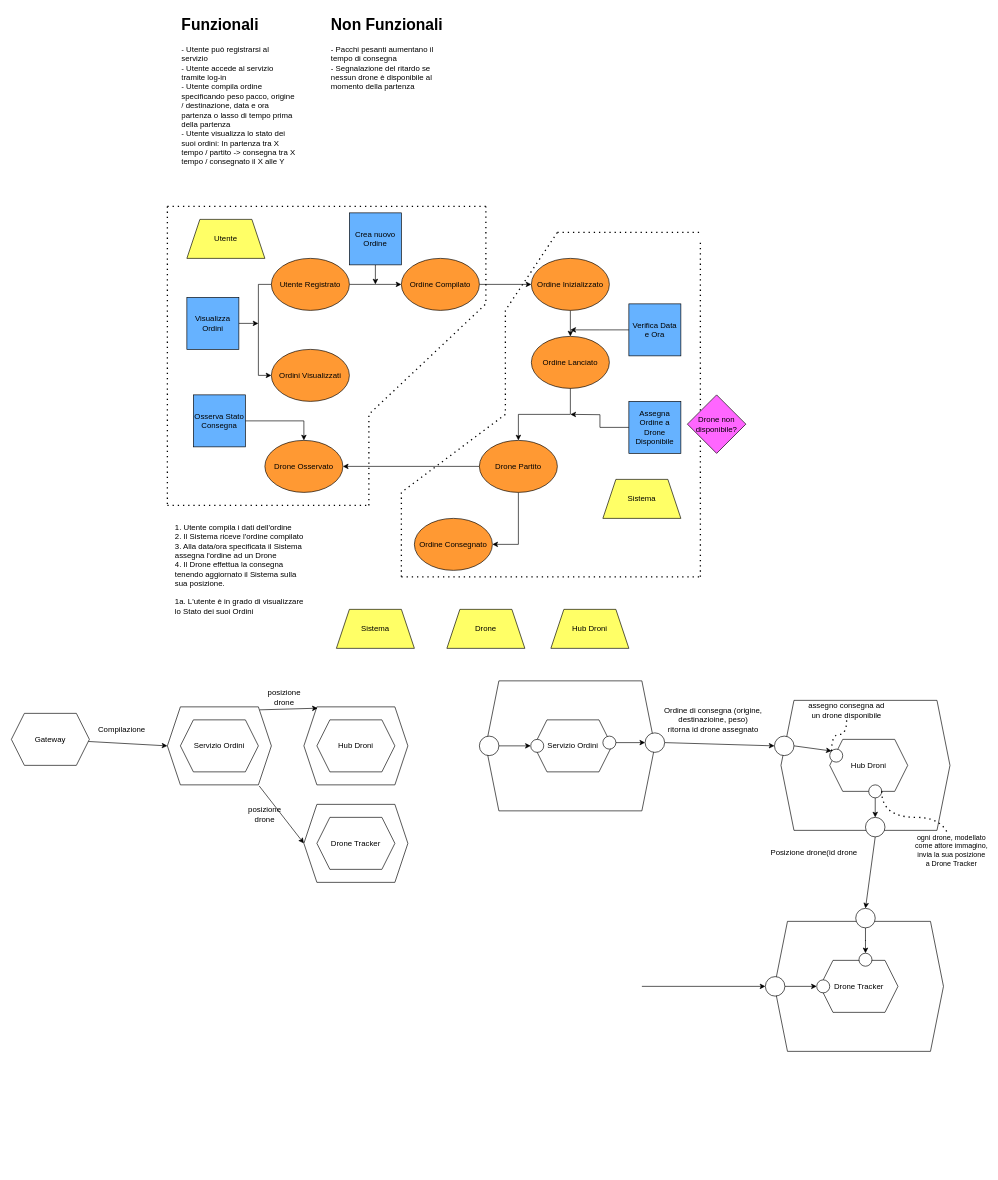
The draw.io diagram doc/event_storming_system.drawio in AlessandroStefani/sap_assignment01, before the edit. Source tidied: cells renumbered, new cells numbered last; positions are measured from the earlier drawing's top-left corner, leaving out a move shared by most shapes. Both pictures are drawn from the tidied source at 65%, with x=0, y=0 at pixel (11, 11).
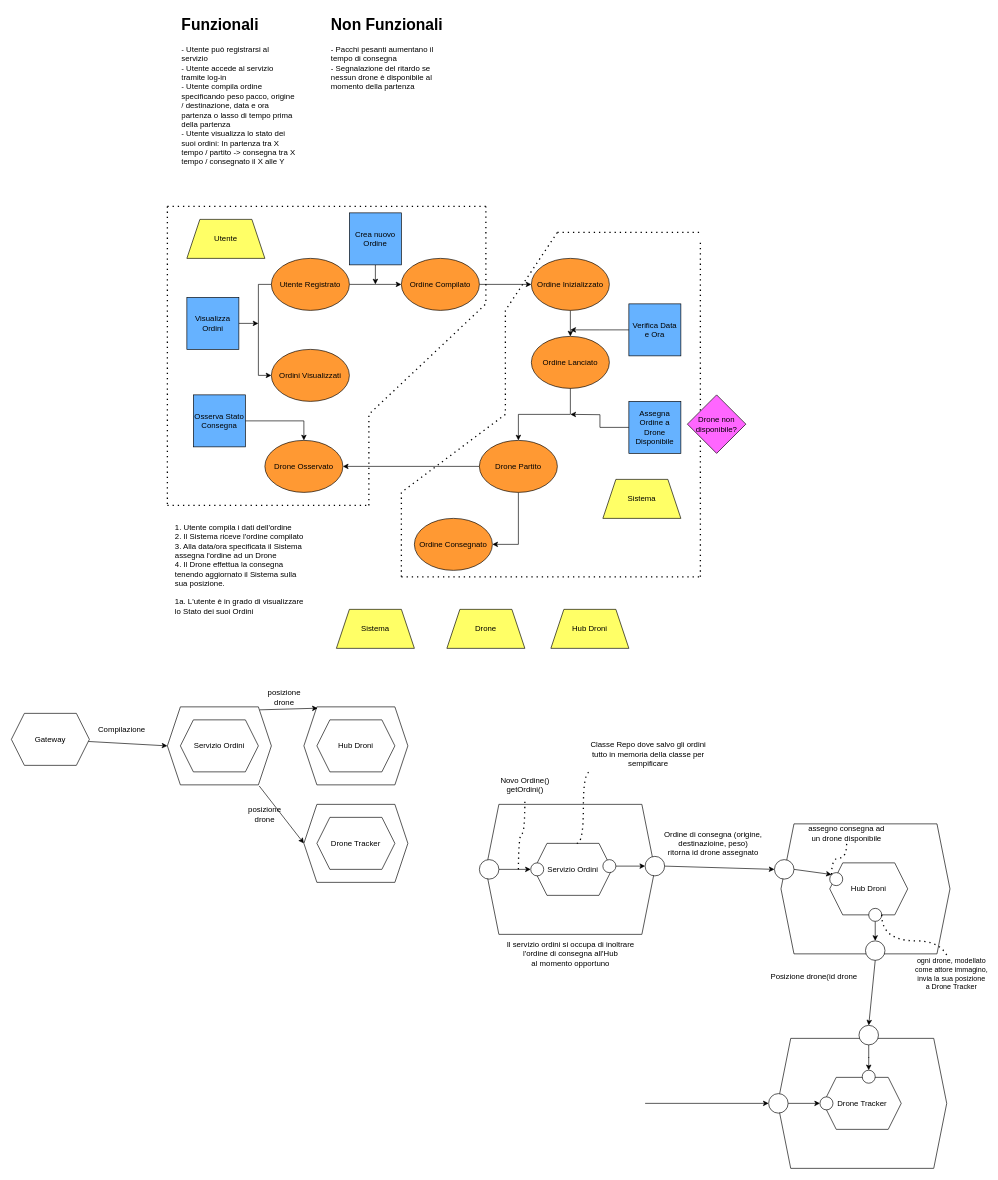
The same page after the edit.

Diff of the diagram source:
```diff
@@
     <mxCell id="58" value="Hub Droni" style="shape=hexagon;perimeter=hexagonPerimeter2;whiteSpace=wrap;html=1;fixedSize=1;" parent="1" vertex="1">
-      <mxGeometry x="1259" y="1120" width="120" height="80" as="geometry" />
+      <mxGeometry x="1259" y="1310" width="120" height="80" as="geometry" />
     </mxCell>
     <mxCell id="59" style="shape=hexagon;perimeter=hexagonPerimeter2;whiteSpace=wrap;html=1;fixedSize=1;fillColor=none;" parent="1" vertex="1">
-      <mxGeometry x="1184" y="1060" width="260" height="200" as="geometry" />
+      <mxGeometry x="1184" y="1250" width="260" height="200" as="geometry" />
     </mxCell>
     <mxCell id="60" style="ellipse;whiteSpace=wrap;html=1;" parent="1" vertex="1">
-      <mxGeometry x="1174" y="1115" width="30" height="30" as="geometry" />
+      <mxGeometry x="1174" y="1305" width="30" height="30" as="geometry" />
     </mxCell>
@@
     <mxCell id="62" value="Ordine di consegna (origine, destinazioine, peso)&lt;div&gt;ritorna id drone assegnato&lt;/div&gt;" style="text;html=1;whiteSpace=wrap;strokeColor=none;fillColor=none;align=center;verticalAlign=middle;rounded=0;" parent="1" vertex="1">
-      <mxGeometry x="1000" y="1075" width="160" height="30" as="geometry" />
+      <mxGeometry x="1000" y="1265" width="160" height="30" as="geometry" />
     </mxCell>
@@
     <mxCell id="64" style="ellipse;whiteSpace=wrap;html=1;" parent="1" vertex="1">
-      <mxGeometry x="1259" y="1135" width="20" height="20" as="geometry" />
+      <mxGeometry x="1259" y="1325" width="20" height="20" as="geometry" />
     </mxCell>
     <mxCell id="65" value="assegno consegna ad un drone disponibile" style="text;html=1;whiteSpace=wrap;strokeColor=none;fillColor=none;align=center;verticalAlign=middle;rounded=0;" parent="1" vertex="1">
-      <mxGeometry x="1225" y="1060" width="120" height="30" as="geometry" />
+      <mxGeometry x="1225" y="1250" width="120" height="30" as="geometry" />
     </mxCell>
@@
     <mxCell id="68" style="ellipse;whiteSpace=wrap;html=1;" parent="1" vertex="1">
-      <mxGeometry x="1319" y="1190" width="20" height="20" as="geometry" />
+      <mxGeometry x="1319" y="1380" width="20" height="20" as="geometry" />
     </mxCell>
     <mxCell id="69" style="ellipse;whiteSpace=wrap;html=1;" parent="1" vertex="1">
-      <mxGeometry x="1314" y="1240" width="30" height="30" as="geometry" />
+      <mxGeometry x="1314" y="1430" width="30" height="30" as="geometry" />
     </mxCell>
@@
     <mxCell id="71" style="endArrow=none;dashed=1;html=1;dashPattern=1 3;strokeWidth=2;rounded=0;edgeStyle=orthogonalEdgeStyle;curved=1;exitX=1;exitY=0.5;exitDx=0;exitDy=0;" parent="1" edge="1" source="68">
       <mxGeometry relative="1" as="geometry">
-        <mxPoint x="1445" y="1290" as="targetPoint" />
+        <mxPoint x="1445" y="1480" as="targetPoint" />
         <Array as="points">
-          <mxPoint x="1339" y="1240" />
-          <mxPoint x="1445" y="1240" />
+          <mxPoint x="1339" y="1430" />
+          <mxPoint x="1445" y="1430" />
         </Array>
       </mxGeometry>
     </mxCell>
@@
     <mxCell id="73" value="Posizione drone(id drone" style="text;html=1;whiteSpace=wrap;strokeColor=none;fillColor=none;align=center;verticalAlign=middle;rounded=0;" parent="1" vertex="1">
-      <mxGeometry x="1155" y="1280" width="160" height="30" as="geometry" />
+      <mxGeometry x="1155" y="1470" width="160" height="30" as="geometry" />
     </mxCell>
     <mxCell id="74" value="Drone Tracker" style="shape=hexagon;perimeter=hexagonPerimeter2;whiteSpace=wrap;html=1;fixedSize=1;" parent="1" vertex="1">
-      <mxGeometry x="1244" y="1460" width="120" height="80" as="geometry" />
+      <mxGeometry x="1249" y="1640" width="120" height="80" as="geometry" />
     </mxCell>
     <mxCell id="75" style="shape=hexagon;perimeter=hexagonPerimeter2;whiteSpace=wrap;html=1;fixedSize=1;fillColor=none;" parent="1" vertex="1">
-      <mxGeometry x="1174" y="1400" width="260" height="200" as="geometry" />
+      <mxGeometry x="1179" y="1580" width="260" height="200" as="geometry" />
     </mxCell>
@@
     <mxCell id="77" style="ellipse;whiteSpace=wrap;html=1;" parent="1" vertex="1">
-      <mxGeometry x="1299" y="1380" width="30" height="30" as="geometry" />
+      <mxGeometry x="1304" y="1560" width="30" height="30" as="geometry" />
     </mxCell>
     <mxCell id="78" style="ellipse;whiteSpace=wrap;html=1;" parent="1" vertex="1">
-      <mxGeometry x="1304" y="1449" width="20" height="20" as="geometry" />
+      <mxGeometry x="1309" y="1629" width="20" height="20" as="geometry" />
     </mxCell>
     <mxCell id="79" style="ellipse;whiteSpace=wrap;html=1;" parent="1" vertex="1">
-      <mxGeometry x="1239" y="1490" width="20" height="20" as="geometry" />
+      <mxGeometry x="1244" y="1670" width="20" height="20" as="geometry" />
     </mxCell>
@@
     <mxCell id="81" style="ellipse;whiteSpace=wrap;html=1;" parent="1" vertex="1">
-      <mxGeometry x="1160" y="1485" width="30" height="30" as="geometry" />
+      <mxGeometry x="1165" y="1665" width="30" height="30" as="geometry" />
     </mxCell>
     <mxCell id="82" style="endArrow=classic;html=1;rounded=0;entryX=0;entryY=0.5;entryDx=0;entryDy=0;" parent="1" edge="1" target="81">
       <mxGeometry relative="1" as="geometry">
-        <mxPoint x="970" y="1500" as="sourcePoint" />
+        <mxPoint x="975" y="1680" as="sourcePoint" />
       </mxGeometry>
     </mxCell>
     <mxCell id="83" value="Servizio Ordini" style="shape=hexagon;perimeter=hexagonPerimeter2;whiteSpace=wrap;html=1;fixedSize=1;" parent="1" vertex="1">
-      <mxGeometry x="804" y="1090" width="120" height="80" as="geometry" />
+      <mxGeometry x="804" y="1280" width="120" height="80" as="geometry" />
     </mxCell>
     <mxCell id="84" style="shape=hexagon;perimeter=hexagonPerimeter2;whiteSpace=wrap;html=1;fixedSize=1;fillColor=none;" parent="1" vertex="1">
-      <mxGeometry x="730" y="1030" width="260" height="200" as="geometry" />
+      <mxGeometry x="730" y="1220" width="260" height="200" as="geometry" />
     </mxCell>
     <mxCell id="85" style="ellipse;whiteSpace=wrap;html=1;" parent="1" vertex="1">
-      <mxGeometry x="975" y="1110" width="30" height="30" as="geometry" />
+      <mxGeometry x="975" y="1300" width="30" height="30" as="geometry" />
     </mxCell>
@@
     <mxCell id="87" style="ellipse;whiteSpace=wrap;html=1;" parent="1" vertex="1">
-      <mxGeometry x="910" y="1115" width="20" height="20" as="geometry" />
+      <mxGeometry x="910" y="1305" width="20" height="20" as="geometry" />
     </mxCell>
     <mxCell id="88" style="ellipse;whiteSpace=wrap;html=1;" parent="1" vertex="1">
-      <mxGeometry x="799" y="1120" width="20" height="20" as="geometry" />
+      <mxGeometry x="799" y="1310" width="20" height="20" as="geometry" />
     </mxCell>
@@
     <mxCell id="90" style="ellipse;whiteSpace=wrap;html=1;" parent="1" vertex="1">
-      <mxGeometry x="720" y="1115" width="30" height="30" as="geometry" />
+      <mxGeometry x="720" y="1305" width="30" height="30" as="geometry" />
     </mxCell>
+    <mxCell id="91" value="Novo Ordine()&lt;br&gt;getOrdini()&lt;br&gt;" style="text;html=1;align=center;verticalAlign=middle;points=[];strokeColor=none;fillColor=none;" parent="1" vertex="1">
+      <mxGeometry x="740" y="1170" width="100" height="40" as="geometry" />
+    </mxCell>
+    <mxCell id="92" style="endArrow=none;dashed=1;html=1;dashPattern=1 3;strokeWidth=2;rounded=0;edgeStyle=orthogonalEdgeStyle;curved=1;" parent="1" edge="1" target="91">
+      <mxGeometry relative="1" as="geometry">
+        <mxPoint x="780" y="1320" as="sourcePoint" />
+      </mxGeometry>
+    </mxCell>
+    <mxCell id="93" value="Il servizio ordini si occupa di inoltrare&lt;br&gt;l'ordine di consegna all'Hub&lt;br&gt;al momento opportuno&lt;br&gt;" style="text;html=1;align=center;verticalAlign=middle;strokeColor=none;fillColor=none;" parent="1" vertex="1">
+      <mxGeometry x="750" y="1420" width="220" height="60" as="geometry" />
+    </mxCell>
+    <mxCell id="94" style="endArrow=none;dashed=1;html=1;dashPattern=1 3;strokeWidth=2;rounded=0;edgeStyle=orthogonalEdgeStyle;curved=1;exitX=0.538;exitY=0.3;exitDx=0;exitDy=0;exitPerimeter=0;" parent="1" edge="1" source="84" target="95">
+      <mxGeometry relative="1" as="geometry">
+        <Array as="points">
+          <mxPoint x="880" y="1280" />
+          <mxPoint x="880" y="1170" />
+        </Array>
+      </mxGeometry>
+    </mxCell>
+    <mxCell id="95" value="Classe Repo dove salvo gli ordini&lt;br&gt;tutto in memoria della classe per&lt;br&gt;sempificare" style="text;html=1;strokeColor=none;fillColor=none;align=center;verticalAlign=middle;whiteSpace=wrap;rounded=0;" parent="1" vertex="1">
+      <mxGeometry x="890" y="1100" width="180" height="85" as="geometry" />
+    </mxCell>
```
